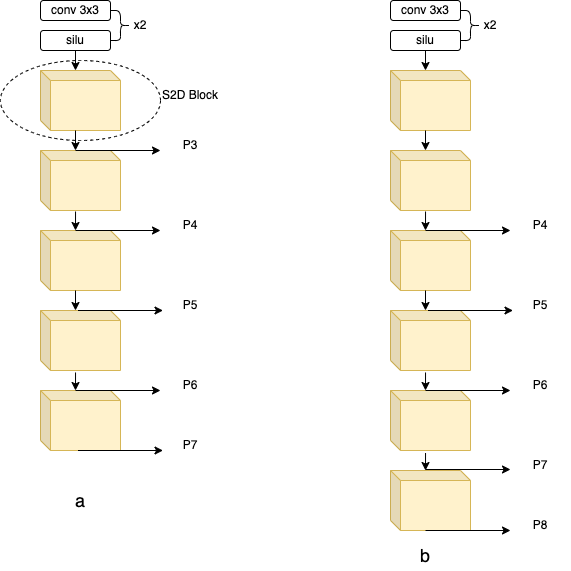
johnran103/diagrams keeps this draw.io diagram as s2d backbone.png. Above is the earlier version. Source tidied: cells renumbered, new cells last; positions are measured from the earlier drawing's top-left corner, leaving out a move shared by most shapes.
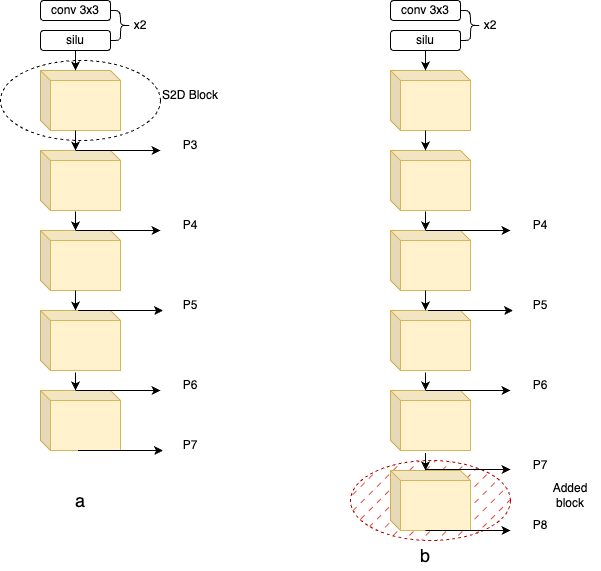
After the commit.

Diff of the diagram source:
```diff
@@ -2,6 +2,9 @@
   <root>
     <mxCell id="0" />
     <mxCell id="1" parent="0" />
+    <mxCell id="56" value="Attribute" style="ellipse;whiteSpace=wrap;html=1;align=center;dashed=1;fillColor=#e51400;fontColor=#ffffff;strokeColor=#B20000;fillStyle=dashed;" parent="1" vertex="1">
+      <mxGeometry x="350" y="460" width="160" height="80" as="geometry" />
+    </mxCell>
     <mxCell id="2" value="Attribute" style="ellipse;whiteSpace=wrap;html=1;align=center;dashed=1;" parent="1" vertex="1">
       <mxGeometry y="60" width="160" height="80" as="geometry" />
     </mxCell>
@@ -201,5 +204,8 @@
     <mxCell id="55" value="&lt;font style=&quot;font-size: 18px;&quot;&gt;b&lt;/font&gt;" style="text;html=1;strokeColor=none;fillColor=none;align=center;verticalAlign=middle;whiteSpace=wrap;rounded=0;" parent="1" vertex="1">
       <mxGeometry x="395" y="540" width="60" height="30" as="geometry" />
     </mxCell>
+    <mxCell id="57" value="Added block" style="text;html=1;strokeColor=none;fillColor=none;align=center;verticalAlign=middle;whiteSpace=wrap;rounded=0;" parent="1" vertex="1">
+      <mxGeometry x="540" y="480" width="60" height="30" as="geometry" />
+    </mxCell>
   </root>
 </mxGraphModel>
```
